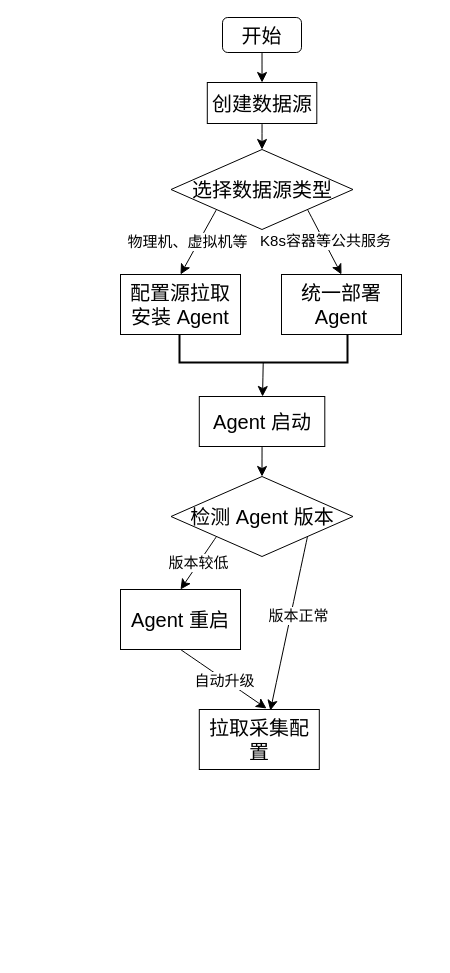
This is file/日志采集.drawio from grant1499/grant1499.github.io, a draw.io file, before an edit. Source tidied: cells renumbered, new cells numbered last; positions are measured from the earlier drawing's top-left corner, leaving out a move shared by most shapes. Both pictures are drawn from the tidied source at 100%, with x=0, y=0 at pixel (120, 17).
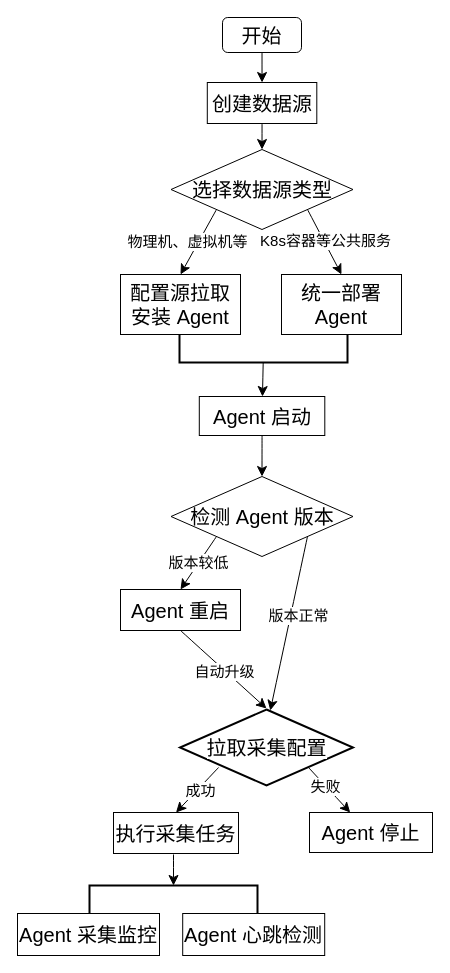
After the change.

Commit message:
更新日志采集.drawio -3

The change refers to these unchanged cells:
```xml
<mxCell id="18" value="&lt;span style=&quot;font-size: 20px;&quot;&gt;检测 Agent 版本&lt;/span&gt;" style="rhombus;whiteSpace=wrap;html=1;" parent="1" vertex="1">
  <mxGeometry x="50.5" y="459" width="182" height="80" as="geometry" />
</mxCell>
```

The edit, as a diff of the source:
```diff
@@
     <mxCell id="14" value="&lt;font style=&quot;font-size: 20px;&quot;&gt;Agent 启动&lt;/font&gt;" style="rounded=0;whiteSpace=wrap;html=1;" parent="1" vertex="1">
-      <mxGeometry x="78.8" y="379" width="125.5" height="50" as="geometry" />
+      <mxGeometry x="78.8" y="379" width="125.5" height="39" as="geometry" />
     </mxCell>
@@
-    <mxCell id="19" style="edgeStyle=none;curved=1;rounded=0;jettySize=auto;html=1;fontSize=12;startSize=8;endSize=8;entryX=0.56;entryY=-0.017;entryDx=0;entryDy=0;entryPerimeter=0;exitX=0.5;exitY=1;exitDx=0;exitDy=0;" parent="1" edge="1" source="21" target="22">
-      <mxGeometry relative="1" as="geometry" />
+    <mxCell id="19" style="edgeStyle=none;curved=1;rounded=0;jettySize=auto;html=1;fontSize=12;startSize=8;endSize=8;entryX=0.56;entryY=-0.017;entryDx=0;entryDy=0;entryPerimeter=0;exitX=0.5;exitY=1;exitDx=0;exitDy=0;" parent="1" edge="1" source="21">
+      <mxGeometry relative="1" as="geometry">
+        <mxPoint x="146" y="691" as="targetPoint" />
+      </mxGeometry>
     </mxCell>
@@
     <mxCell id="21" value="&lt;span style=&quot;font-size: 20px;&quot;&gt;Agent 重启&lt;/span&gt;" style="whiteSpace=wrap;html=1;" parent="1" vertex="1">
-      <mxGeometry y="572" width="120" height="60" as="geometry" />
+      <mxGeometry y="572" width="120" height="41" as="geometry" />
     </mxCell>
-    <mxCell id="22" value="&lt;span style=&quot;font-size: 20px;&quot;&gt;拉取采集配置&lt;/span&gt;" style="whiteSpace=wrap;html=1;" parent="1" vertex="1">
-      <mxGeometry x="78.8" y="692" width="120" height="60" as="geometry" />
-    </mxCell>
-    <mxCell id="23" style="edgeStyle=none;curved=1;rounded=0;jettySize=auto;html=1;exitX=1;exitY=1;exitDx=0;exitDy=0;entryX=0.592;entryY=0.017;entryDx=0;entryDy=0;entryPerimeter=0;fontSize=12;startSize=8;endSize=8;" parent="1" edge="1" source="18" target="22">
-      <mxGeometry relative="1" as="geometry" />
+    <mxCell id="23" style="edgeStyle=none;curved=1;rounded=0;jettySize=auto;html=1;exitX=1;exitY=1;exitDx=0;exitDy=0;entryX=0.592;entryY=0.017;entryDx=0;entryDy=0;entryPerimeter=0;fontSize=12;startSize=8;endSize=8;" parent="1" edge="1" source="18">
+      <mxGeometry relative="1" as="geometry">
+        <mxPoint x="149.8" y="693" as="targetPoint" />
+      </mxGeometry>
     </mxCell>
@@
+    <mxCell id="25" style="edgeStyle=none;curved=1;rounded=0;jettySize=auto;html=1;exitX=0.223;exitY=0.763;exitDx=0;exitDy=0;exitPerimeter=0;fontSize=12;startSize=8;endSize=8;entryX=0.5;entryY=0;entryDx=0;entryDy=0;" parent="1" edge="1" source="22" target="30">
+      <mxGeometry relative="1" as="geometry" />
+    </mxCell>
+    <mxCell id="26" value="&lt;span style=&quot;font-size: 15px;&quot;&gt;成功&lt;/span&gt;" style="edgeLabel;html=1;align=center;verticalAlign=middle;fontSize=12;" parent="25" vertex="1">
+      <mxGeometry x="-0.07" y="2" relative="1" as="geometry" />
+    </mxCell>
+    <mxCell id="27" style="edgeStyle=none;curved=1;rounded=0;jettySize=auto;html=1;fontSize=12;startSize=8;endSize=8;exitX=0.752;exitY=0.776;exitDx=0;exitDy=0;exitPerimeter=0;entryX=0.331;entryY=0;entryDx=0;entryDy=0;entryPerimeter=0;" parent="1" edge="1" target="36">
+      <mxGeometry relative="1" as="geometry">
+        <mxPoint x="188" y="750" as="sourcePoint" />
+      </mxGeometry>
+    </mxCell>
+    <mxCell id="28" value="&lt;font style=&quot;font-size: 15px;&quot;&gt;失败&lt;/font&gt;" style="edgeLabel;html=1;align=center;verticalAlign=middle;fontSize=12;" parent="27" vertex="1">
+      <mxGeometry x="-0.18" relative="1" as="geometry" />
+    </mxCell>
+    <mxCell id="22" value="&lt;span style=&quot;caret-color: rgb(0, 0, 0); color: rgb(0, 0, 0); font-family: Helvetica; font-size: 20px; font-style: normal; font-variant-caps: normal; font-weight: 400; letter-spacing: normal; orphans: auto; text-align: center; text-indent: 0px; text-transform: none; white-space: normal; widows: auto; word-spacing: 0px; -webkit-text-stroke-width: 0px; background-color: rgb(255, 255, 255); text-decoration: none; display: inline !important; float: none;&quot;&gt;拉取采集配置&lt;/span&gt;" style="strokeWidth=2;html=1;shape=mxgraph.flowchart.decision;whiteSpace=wrap;" parent="1" vertex="1">
+      <mxGeometry x="59.5" y="692" width="173" height="76" as="geometry" />
+    </mxCell>
+    <mxCell id="29" style="edgeStyle=none;curved=1;rounded=0;orthogonalLoop=1;jettySize=auto;html=1;exitX=0.5;exitY=1;exitDx=0;exitDy=0;fontSize=12;startSize=8;endSize=8;" parent="1" edge="1" source="14" target="14">
+      <mxGeometry relative="1" as="geometry" />
+    </mxCell>
+    <mxCell id="30" value="&lt;span style=&quot;font-size: 20px;&quot;&gt;执行采集任务&lt;/span&gt;" style="whiteSpace=wrap;html=1;" parent="1" vertex="1">
+      <mxGeometry x="-7" y="795" width="125" height="41" as="geometry" />
+    </mxCell>
+    <mxCell id="31" style="edgeStyle=none;curved=1;rounded=0;orthogonalLoop=1;jettySize=auto;html=1;exitX=0;exitY=0.5;exitDx=0;exitDy=0;exitPerimeter=0;fontSize=12;startSize=8;endSize=8;" parent="1" edge="1" source="22" target="22">
+      <mxGeometry relative="1" as="geometry" />
+    </mxCell>
+    <mxCell id="32" style="strokeWidth=2;html=1;shape=mxgraph.flowchart.annotation_1;align=left;direction=south;" parent="1" vertex="1">
+      <mxGeometry x="-31" y="868" width="168" height="28" as="geometry" />
+    </mxCell>
+    <mxCell id="33" style="endArrow=classic;html=1;rounded=0;fontSize=12;startSize=8;endSize=8;curved=1;" parent="1" edge="1" target="32">
+      <mxGeometry relative="1" as="geometry">
+        <mxPoint x="53" y="837" as="sourcePoint" />
+      </mxGeometry>
+    </mxCell>
+    <mxCell id="34" value="&lt;span style=&quot;font-size: 20px;&quot;&gt;Agent 采集监控&lt;/span&gt;" style="whiteSpace=wrap;html=1;" parent="1" vertex="1">
+      <mxGeometry x="-103" y="896" width="142" height="42" as="geometry" />
+    </mxCell>
+    <mxCell id="35" value="&lt;span style=&quot;font-size: 20px;&quot;&gt;Agent 心跳检测&lt;/span&gt;" style="whiteSpace=wrap;html=1;" parent="1" vertex="1">
+      <mxGeometry x="62.2" y="896" width="142" height="42" as="geometry" />
+    </mxCell>
+    <mxCell id="36" value="&lt;span style=&quot;font-size: 20px;&quot;&gt;Agent 停止&lt;/span&gt;" style="whiteSpace=wrap;html=1;" parent="1" vertex="1">
+      <mxGeometry x="189" y="795" width="123" height="40" as="geometry" />
+    </mxCell>
```
